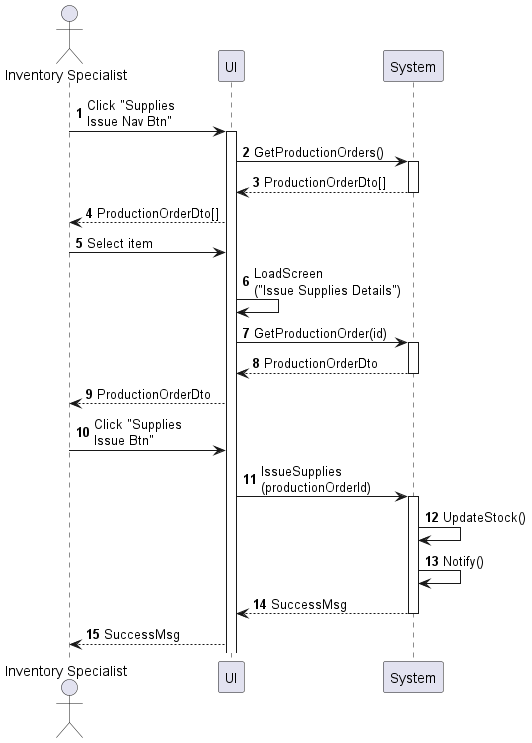
Above: sequences/inventory-supply-issue.png in phihungha/scmss-reqs (PlantUML), before the change. Source of this version:
```plantuml
@startuml inventory-supply-issue
autonumber

actor "Inventory Specialist" as a
participant UI as f
participant System as b

a -> f : Click "Supplies\nIssue Nav Btn"
activate f
f -> b : GetProductionOrders()
activate b
return ProductionOrderDto[]
f --> a : ProductionOrderDto[]
a -> f : Select item
f -> f : LoadScreen\n("Issue Supplies Details")
f -> b : GetProductionOrder(id)
activate b
return ProductionOrderDto
f --> a : ProductionOrderDto
a -> f : Click "Supplies\nIssue Btn"
f -> b : IssueSupplies\n(productionOrderId)
activate b
b -> b : UpdateStock()
b -> b : Notify()
return SuccessMsg
f --> a : SuccessMsg
@enduml
```
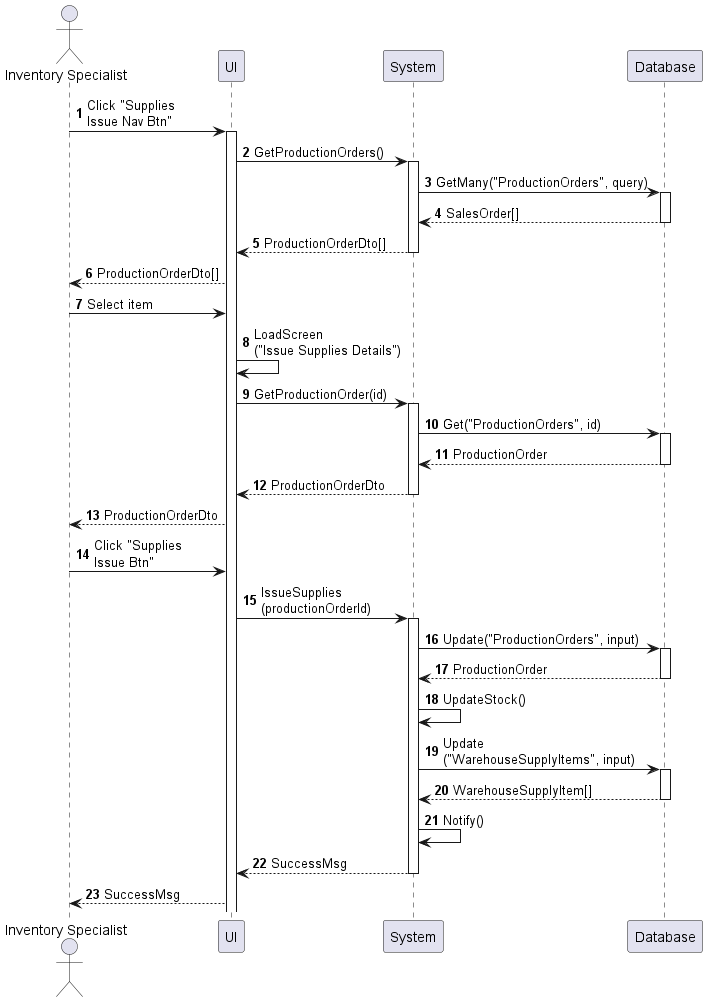
Later version of the same file.

What changed in the source:
```diff
@@ -4,23 +4,36 @@
 actor "Inventory Specialist" as a
 participant UI as f
 participant System as b
+participant Database as d
 
 a -> f : Click "Supplies\nIssue Nav Btn"
 activate f
 f -> b : GetProductionOrders()
 activate b
+b -> d : GetMany("ProductionOrders", query)
+activate d
+return SalesOrder[]
 return ProductionOrderDto[]
 f --> a : ProductionOrderDto[]
 a -> f : Select item
 f -> f : LoadScreen\n("Issue Supplies Details")
 f -> b : GetProductionOrder(id)
 activate b
+b -> d : Get("ProductionOrders", id)
+activate d
+return ProductionOrder
 return ProductionOrderDto
 f --> a : ProductionOrderDto
 a -> f : Click "Supplies\nIssue Btn"
 f -> b : IssueSupplies\n(productionOrderId)
 activate b
+b -> d : Update("ProductionOrders", input)
+activate d
+return ProductionOrder
 b -> b : UpdateStock()
+b -> d : Update\n("WarehouseSupplyItems", input)
+activate d
+return WarehouseSupplyItem[]
 b -> b : Notify()
 return SuccessMsg
 f --> a : SuccessMsg
```
